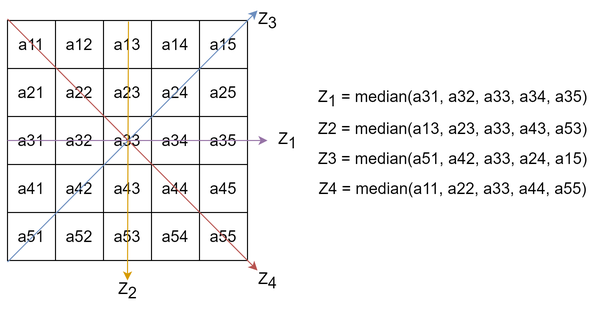
This is thesis/ch2/max-median.drawio.png from guxdong/imgrepo, a draw.io export, as it was before one commit. Source tidied: cells renumbered, new cells last; positions are measured from the earlier drawing's top-left corner, leaving out a move shared by most shapes.
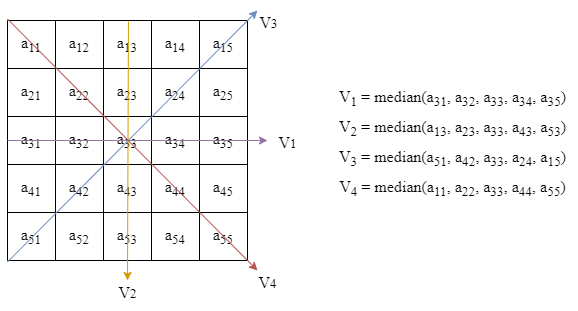
Above is the later version.

Diff of the diagram source:
```diff
@@ -2,142 +2,142 @@
   <root>
     <mxCell id="0" />
     <mxCell id="1" parent="0" />
-    <mxCell id="2" style="shape=table;startSize=0;fontSize=16;" parent="1" vertex="1">
+    <mxCell id="2" style="shape=table;startSize=0;fontSize=16;fontFamily=Times New Roman;" parent="1" vertex="1">
       <mxGeometry y="20" width="240" height="240" as="geometry" />
     </mxCell>
-    <mxCell id="3" style="shape=tableRow;horizontal=0;startSize=0;swimlaneHead=0;swimlaneBody=0;top=0;left=0;bottom=0;right=0;fillColor=none;points=[[0,0.5],[1,0.5]];portConstraint=eastwest;fontSize=16;" parent="2" vertex="1">
+    <mxCell id="3" style="shape=tableRow;horizontal=0;startSize=0;swimlaneHead=0;swimlaneBody=0;top=0;left=0;bottom=0;right=0;fillColor=none;points=[[0,0.5],[1,0.5]];portConstraint=eastwest;fontSize=16;fontFamily=Times New Roman;" parent="2" vertex="1">
       <mxGeometry width="240" height="48" as="geometry" />
     </mxCell>
-    <mxCell id="4" value="a11" style="shape=partialRectangle;html=1;whiteSpace=wrap;overflow=hidden;fillColor=none;top=0;left=0;bottom=0;right=0;fontSize=16;" parent="3" vertex="1">
+    <mxCell id="4" value="a&lt;sub&gt;11&lt;/sub&gt;" style="shape=partialRectangle;html=1;whiteSpace=wrap;overflow=hidden;fillColor=none;top=0;left=0;bottom=0;right=0;fontSize=16;fontFamily=Times New Roman;" parent="3" vertex="1">
       <mxGeometry width="48" height="48" as="geometry" />
     </mxCell>
-    <mxCell id="5" value="a12" style="shape=partialRectangle;html=1;whiteSpace=wrap;overflow=hidden;fillColor=none;top=0;left=0;bottom=0;right=0;fontSize=16;" parent="3" vertex="1">
+    <mxCell id="5" value="a&lt;sub&gt;12&lt;/sub&gt;" style="shape=partialRectangle;html=1;whiteSpace=wrap;overflow=hidden;fillColor=none;top=0;left=0;bottom=0;right=0;fontSize=16;fontFamily=Times New Roman;" parent="3" vertex="1">
       <mxGeometry x="48" width="48" height="48" as="geometry" />
     </mxCell>
-    <mxCell id="6" value="a13" style="shape=partialRectangle;html=1;whiteSpace=wrap;overflow=hidden;fillColor=none;top=0;left=0;bottom=0;right=0;fontSize=16;" parent="3" vertex="1">
+    <mxCell id="6" value="a&lt;sub&gt;13&lt;/sub&gt;" style="shape=partialRectangle;html=1;whiteSpace=wrap;overflow=hidden;fillColor=none;top=0;left=0;bottom=0;right=0;fontSize=16;fontFamily=Times New Roman;" parent="3" vertex="1">
       <mxGeometry x="96" width="48" height="48" as="geometry" />
     </mxCell>
-    <mxCell id="7" value="a14" style="shape=partialRectangle;html=1;whiteSpace=wrap;overflow=hidden;fillColor=none;top=0;left=0;bottom=0;right=0;fontSize=16;" parent="3" vertex="1">
+    <mxCell id="7" value="a&lt;sub&gt;14&lt;/sub&gt;" style="shape=partialRectangle;html=1;whiteSpace=wrap;overflow=hidden;fillColor=none;top=0;left=0;bottom=0;right=0;fontSize=16;fontFamily=Times New Roman;" parent="3" vertex="1">
       <mxGeometry x="144" width="48" height="48" as="geometry" />
     </mxCell>
-    <mxCell id="8" value="a15" style="shape=partialRectangle;html=1;whiteSpace=wrap;overflow=hidden;fillColor=none;top=0;left=0;bottom=0;right=0;fontSize=16;" parent="3" vertex="1">
+    <mxCell id="8" value="a&lt;sub&gt;15&lt;/sub&gt;" style="shape=partialRectangle;html=1;whiteSpace=wrap;overflow=hidden;fillColor=none;top=0;left=0;bottom=0;right=0;fontSize=16;fontFamily=Times New Roman;" parent="3" vertex="1">
       <mxGeometry x="192" width="48" height="48" as="geometry" />
     </mxCell>
-    <mxCell id="9" style="shape=tableRow;horizontal=0;startSize=0;swimlaneHead=0;swimlaneBody=0;top=0;left=0;bottom=0;right=0;fillColor=none;fontSize=16;" parent="2" vertex="1">
+    <mxCell id="9" style="shape=tableRow;horizontal=0;startSize=0;swimlaneHead=0;swimlaneBody=0;top=0;left=0;bottom=0;right=0;fillColor=none;fontSize=16;fontFamily=Times New Roman;" parent="2" vertex="1">
       <mxGeometry y="48" width="240" height="48" as="geometry" />
     </mxCell>
-    <mxCell id="10" value="a21" style="shape=partialRectangle;html=1;whiteSpace=wrap;overflow=hidden;fillColor=none;top=0;left=0;bottom=0;right=0;fontSize=16;" parent="9" vertex="1">
+    <mxCell id="10" value="a&lt;sub&gt;21&lt;/sub&gt;" style="shape=partialRectangle;html=1;whiteSpace=wrap;overflow=hidden;fillColor=none;top=0;left=0;bottom=0;right=0;fontSize=16;fontFamily=Times New Roman;" parent="9" vertex="1">
       <mxGeometry width="48" height="48" as="geometry" />
     </mxCell>
-    <mxCell id="11" value="a22" style="shape=partialRectangle;html=1;whiteSpace=wrap;overflow=hidden;fillColor=none;top=0;left=0;bottom=0;right=0;fontSize=16;" parent="9" vertex="1">
+    <mxCell id="11" value="a&lt;sub&gt;22&lt;/sub&gt;" style="shape=partialRectangle;html=1;whiteSpace=wrap;overflow=hidden;fillColor=none;top=0;left=0;bottom=0;right=0;fontSize=16;fontFamily=Times New Roman;" parent="9" vertex="1">
       <mxGeometry x="48" width="48" height="48" as="geometry" />
     </mxCell>
-    <mxCell id="12" value="a23" style="shape=partialRectangle;html=1;whiteSpace=wrap;overflow=hidden;fillColor=none;top=0;left=0;bottom=0;right=0;fontSize=16;" parent="9" vertex="1">
+    <mxCell id="12" value="a&lt;sub&gt;23&lt;/sub&gt;" style="shape=partialRectangle;html=1;whiteSpace=wrap;overflow=hidden;fillColor=none;top=0;left=0;bottom=0;right=0;fontSize=16;fontFamily=Times New Roman;" parent="9" vertex="1">
       <mxGeometry x="96" width="48" height="48" as="geometry" />
     </mxCell>
-    <mxCell id="13" value="a24" style="shape=partialRectangle;html=1;whiteSpace=wrap;overflow=hidden;fillColor=none;top=0;left=0;bottom=0;right=0;fontSize=16;" parent="9" vertex="1">
+    <mxCell id="13" value="a&lt;sub&gt;24&lt;/sub&gt;" style="shape=partialRectangle;html=1;whiteSpace=wrap;overflow=hidden;fillColor=none;top=0;left=0;bottom=0;right=0;fontSize=16;fontFamily=Times New Roman;" parent="9" vertex="1">
       <mxGeometry x="144" width="48" height="48" as="geometry" />
     </mxCell>
-    <mxCell id="14" value="a25" style="shape=partialRectangle;html=1;whiteSpace=wrap;overflow=hidden;fillColor=none;top=0;left=0;bottom=0;right=0;fontSize=16;" parent="9" vertex="1">
+    <mxCell id="14" value="a&lt;sub&gt;25&lt;/sub&gt;" style="shape=partialRectangle;html=1;whiteSpace=wrap;overflow=hidden;fillColor=none;top=0;left=0;bottom=0;right=0;fontSize=16;fontFamily=Times New Roman;" parent="9" vertex="1">
       <mxGeometry x="192" width="48" height="48" as="geometry" />
     </mxCell>
-    <mxCell id="15" style="shape=tableRow;horizontal=0;startSize=0;swimlaneHead=0;swimlaneBody=0;top=0;left=0;bottom=0;right=0;fillColor=none;points=[[0,0.5],[1,0.5]];portConstraint=eastwest;fontSize=16;" parent="2" vertex="1">
+    <mxCell id="15" style="shape=tableRow;horizontal=0;startSize=0;swimlaneHead=0;swimlaneBody=0;top=0;left=0;bottom=0;right=0;fillColor=none;points=[[0,0.5],[1,0.5]];portConstraint=eastwest;fontSize=16;fontFamily=Times New Roman;" parent="2" vertex="1">
       <mxGeometry y="96" width="240" height="48" as="geometry" />
     </mxCell>
-    <mxCell id="16" value="a31" style="shape=partialRectangle;html=1;whiteSpace=wrap;overflow=hidden;fillColor=none;top=0;left=0;bottom=0;right=0;fontSize=16;" parent="15" vertex="1">
+    <mxCell id="16" value="a&lt;sub&gt;31&lt;/sub&gt;" style="shape=partialRectangle;html=1;whiteSpace=wrap;overflow=hidden;fillColor=none;top=0;left=0;bottom=0;right=0;fontSize=16;fontFamily=Times New Roman;" parent="15" vertex="1">
       <mxGeometry width="48" height="48" as="geometry" />
     </mxCell>
-    <mxCell id="17" value="a32" style="shape=partialRectangle;html=1;whiteSpace=wrap;overflow=hidden;fillColor=none;top=0;left=0;bottom=0;right=0;fontSize=16;" parent="15" vertex="1">
+    <mxCell id="17" value="a&lt;sub&gt;32&lt;/sub&gt;" style="shape=partialRectangle;html=1;whiteSpace=wrap;overflow=hidden;fillColor=none;top=0;left=0;bottom=0;right=0;fontSize=16;fontFamily=Times New Roman;" parent="15" vertex="1">
       <mxGeometry x="48" width="48" height="48" as="geometry" />
     </mxCell>
-    <mxCell id="18" value="a33" style="shape=partialRectangle;html=1;whiteSpace=wrap;overflow=hidden;fillColor=none;top=0;left=0;bottom=0;right=0;fontSize=16;" parent="15" vertex="1">
+    <mxCell id="18" value="a&lt;sub&gt;33&lt;/sub&gt;" style="shape=partialRectangle;html=1;whiteSpace=wrap;overflow=hidden;fillColor=none;top=0;left=0;bottom=0;right=0;fontSize=16;fontFamily=Times New Roman;" parent="15" vertex="1">
       <mxGeometry x="96" width="48" height="48" as="geometry" />
     </mxCell>
-    <mxCell id="19" value="a34" style="shape=partialRectangle;html=1;whiteSpace=wrap;overflow=hidden;fillColor=none;top=0;left=0;bottom=0;right=0;fontSize=16;" parent="15" vertex="1">
+    <mxCell id="19" value="a&lt;sub&gt;34&lt;/sub&gt;" style="shape=partialRectangle;html=1;whiteSpace=wrap;overflow=hidden;fillColor=none;top=0;left=0;bottom=0;right=0;fontSize=16;fontFamily=Times New Roman;" parent="15" vertex="1">
       <mxGeometry x="144" width="48" height="48" as="geometry" />
     </mxCell>
-    <mxCell id="20" value="a35" style="shape=partialRectangle;html=1;whiteSpace=wrap;overflow=hidden;fillColor=none;top=0;left=0;bottom=0;right=0;fontSize=16;" parent="15" vertex="1">
+    <mxCell id="20" value="a&lt;sub&gt;35&lt;/sub&gt;" style="shape=partialRectangle;html=1;whiteSpace=wrap;overflow=hidden;fillColor=none;top=0;left=0;bottom=0;right=0;fontSize=16;fontFamily=Times New Roman;" parent="15" vertex="1">
       <mxGeometry x="192" width="48" height="48" as="geometry" />
     </mxCell>
-    <mxCell id="21" style="shape=tableRow;horizontal=0;startSize=0;swimlaneHead=0;swimlaneBody=0;top=0;left=0;bottom=0;right=0;fillColor=none;fontSize=16;" parent="2" vertex="1">
+    <mxCell id="21" style="shape=tableRow;horizontal=0;startSize=0;swimlaneHead=0;swimlaneBody=0;top=0;left=0;bottom=0;right=0;fillColor=none;fontSize=16;fontFamily=Times New Roman;" parent="2" vertex="1">
       <mxGeometry y="144" width="240" height="48" as="geometry" />
     </mxCell>
-    <mxCell id="22" value="a41" style="shape=partialRectangle;html=1;whiteSpace=wrap;overflow=hidden;fillColor=none;top=0;left=0;bottom=0;right=0;fontSize=16;" parent="21" vertex="1">
+    <mxCell id="22" value="a&lt;sub&gt;41&lt;/sub&gt;" style="shape=partialRectangle;html=1;whiteSpace=wrap;overflow=hidden;fillColor=none;top=0;left=0;bottom=0;right=0;fontSize=16;fontFamily=Times New Roman;" parent="21" vertex="1">
       <mxGeometry width="48" height="48" as="geometry" />
     </mxCell>
-    <mxCell id="23" value="a42" style="shape=partialRectangle;html=1;whiteSpace=wrap;overflow=hidden;fillColor=none;top=0;left=0;bottom=0;right=0;fontSize=16;" parent="21" vertex="1">
+    <mxCell id="23" value="a&lt;sub&gt;42&lt;/sub&gt;" style="shape=partialRectangle;html=1;whiteSpace=wrap;overflow=hidden;fillColor=none;top=0;left=0;bottom=0;right=0;fontSize=16;fontFamily=Times New Roman;" parent="21" vertex="1">
       <mxGeometry x="48" width="48" height="48" as="geometry" />
     </mxCell>
-    <mxCell id="24" value="a43" style="shape=partialRectangle;html=1;whiteSpace=wrap;overflow=hidden;fillColor=none;top=0;left=0;bottom=0;right=0;fontSize=16;" parent="21" vertex="1">
+    <mxCell id="24" value="a&lt;sub&gt;43&lt;/sub&gt;" style="shape=partialRectangle;html=1;whiteSpace=wrap;overflow=hidden;fillColor=none;top=0;left=0;bottom=0;right=0;fontSize=16;fontFamily=Times New Roman;" parent="21" vertex="1">
       <mxGeometry x="96" width="48" height="48" as="geometry" />
     </mxCell>
-    <mxCell id="25" value="a44" style="shape=partialRectangle;html=1;whiteSpace=wrap;overflow=hidden;fillColor=none;top=0;left=0;bottom=0;right=0;fontSize=16;" parent="21" vertex="1">
+    <mxCell id="25" value="a&lt;sub&gt;44&lt;/sub&gt;" style="shape=partialRectangle;html=1;whiteSpace=wrap;overflow=hidden;fillColor=none;top=0;left=0;bottom=0;right=0;fontSize=16;fontFamily=Times New Roman;" parent="21" vertex="1">
       <mxGeometry x="144" width="48" height="48" as="geometry" />
     </mxCell>
-    <mxCell id="26" value="a45" style="shape=partialRectangle;html=1;whiteSpace=wrap;overflow=hidden;fillColor=none;top=0;left=0;bottom=0;right=0;fontSize=16;" parent="21" vertex="1">
+    <mxCell id="26" value="a&lt;sub&gt;45&lt;/sub&gt;" style="shape=partialRectangle;html=1;whiteSpace=wrap;overflow=hidden;fillColor=none;top=0;left=0;bottom=0;right=0;fontSize=16;fontFamily=Times New Roman;" parent="21" vertex="1">
       <mxGeometry x="192" width="48" height="48" as="geometry" />
     </mxCell>
-    <mxCell id="27" style="shape=tableRow;horizontal=0;startSize=0;swimlaneHead=0;swimlaneBody=0;top=0;left=0;bottom=0;right=0;fillColor=none;points=[[0,0.5],[1,0.5]];portConstraint=eastwest;fontSize=16;" parent="2" vertex="1">
+    <mxCell id="27" style="shape=tableRow;horizontal=0;startSize=0;swimlaneHead=0;swimlaneBody=0;top=0;left=0;bottom=0;right=0;fillColor=none;points=[[0,0.5],[1,0.5]];portConstraint=eastwest;fontSize=16;fontFamily=Times New Roman;" parent="2" vertex="1">
       <mxGeometry y="192" width="240" height="48" as="geometry" />
     </mxCell>
-    <mxCell id="28" value="a51" style="shape=partialRectangle;html=1;whiteSpace=wrap;overflow=hidden;fillColor=none;top=0;left=0;bottom=0;right=0;fontSize=16;" parent="27" vertex="1">
+    <mxCell id="28" value="a&lt;sub&gt;51&lt;/sub&gt;" style="shape=partialRectangle;html=1;whiteSpace=wrap;overflow=hidden;fillColor=none;top=0;left=0;bottom=0;right=0;fontSize=16;fontFamily=Times New Roman;" parent="27" vertex="1">
       <mxGeometry width="48" height="48" as="geometry" />
     </mxCell>
-    <mxCell id="29" value="a52" style="shape=partialRectangle;html=1;whiteSpace=wrap;overflow=hidden;fillColor=none;top=0;left=0;bottom=0;right=0;fontSize=16;" parent="27" vertex="1">
+    <mxCell id="29" value="a&lt;sub&gt;52&lt;/sub&gt;" style="shape=partialRectangle;html=1;whiteSpace=wrap;overflow=hidden;fillColor=none;top=0;left=0;bottom=0;right=0;fontSize=16;fontFamily=Times New Roman;" parent="27" vertex="1">
       <mxGeometry x="48" width="48" height="48" as="geometry" />
     </mxCell>
-    <mxCell id="30" value="a53" style="shape=partialRectangle;html=1;whiteSpace=wrap;overflow=hidden;fillColor=none;top=0;left=0;bottom=0;right=0;fontSize=16;" parent="27" vertex="1">
+    <mxCell id="30" value="a&lt;sub&gt;53&lt;/sub&gt;" style="shape=partialRectangle;html=1;whiteSpace=wrap;overflow=hidden;fillColor=none;top=0;left=0;bottom=0;right=0;fontSize=16;fontFamily=Times New Roman;" parent="27" vertex="1">
       <mxGeometry x="96" width="48" height="48" as="geometry" />
     </mxCell>
-    <mxCell id="31" value="a54" style="shape=partialRectangle;html=1;whiteSpace=wrap;overflow=hidden;fillColor=none;top=0;left=0;bottom=0;right=0;fontSize=16;" parent="27" vertex="1">
+    <mxCell id="31" value="a&lt;sub&gt;54&lt;/sub&gt;" style="shape=partialRectangle;html=1;whiteSpace=wrap;overflow=hidden;fillColor=none;top=0;left=0;bottom=0;right=0;fontSize=16;fontFamily=Times New Roman;" parent="27" vertex="1">
       <mxGeometry x="144" width="48" height="48" as="geometry" />
     </mxCell>
-    <mxCell id="32" value="a55" style="shape=partialRectangle;html=1;whiteSpace=wrap;overflow=hidden;fillColor=none;top=0;left=0;bottom=0;right=0;fontSize=16;" parent="27" vertex="1">
+    <mxCell id="32" value="a&lt;sub&gt;55&lt;/sub&gt;" style="shape=partialRectangle;html=1;whiteSpace=wrap;overflow=hidden;fillColor=none;top=0;left=0;bottom=0;right=0;fontSize=16;fontFamily=Times New Roman;" parent="27" vertex="1">
       <mxGeometry x="192" width="48" height="48" as="geometry" />
     </mxCell>
-    <mxCell id="33" style="endArrow=classic;html=1;rounded=0;fontSize=16;exitX=0;exitY=-0.031;exitDx=0;exitDy=0;exitPerimeter=0;fillColor=#f8cecc;strokeColor=#b85450;strokeWidth=1;" parent="1" edge="1" source="3">
+    <mxCell id="33" style="endArrow=classic;html=1;rounded=0;fontSize=16;exitX=0;exitY=-0.031;exitDx=0;exitDy=0;exitPerimeter=0;fillColor=#f8cecc;strokeColor=#b85450;strokeWidth=1;fontFamily=Times New Roman;" parent="1" edge="1" source="3">
       <mxGeometry relative="1" as="geometry">
         <mxPoint x="250" y="270" as="targetPoint" />
       </mxGeometry>
     </mxCell>
-    <mxCell id="34" style="endArrow=classic;html=1;rounded=0;fontSize=16;exitX=0;exitY=1.031;exitDx=0;exitDy=0;exitPerimeter=0;fillColor=#dae8fc;strokeColor=#6c8ebf;strokeWidth=1;" parent="1" edge="1" source="27">
+    <mxCell id="34" style="endArrow=classic;html=1;rounded=0;fontSize=16;exitX=0;exitY=1.031;exitDx=0;exitDy=0;exitPerimeter=0;fillColor=#dae8fc;strokeColor=#6c8ebf;strokeWidth=1;fontFamily=Times New Roman;" parent="1" edge="1" source="27">
       <mxGeometry relative="1" as="geometry">
         <mxPoint x="250" y="10" as="targetPoint" />
       </mxGeometry>
     </mxCell>
-    <mxCell id="35" style="endArrow=classic;html=1;rounded=0;fontSize=16;exitX=0.504;exitY=0.021;exitDx=0;exitDy=0;exitPerimeter=0;fillColor=#ffe6cc;strokeColor=#d79b00;strokeWidth=1;" parent="1" edge="1" source="3">
+    <mxCell id="35" style="endArrow=classic;html=1;rounded=0;fontSize=16;exitX=0.504;exitY=0.021;exitDx=0;exitDy=0;exitPerimeter=0;fillColor=#ffe6cc;strokeColor=#d79b00;strokeWidth=1;fontFamily=Times New Roman;" parent="1" edge="1" source="3">
       <mxGeometry relative="1" as="geometry">
         <mxPoint x="120" y="280" as="targetPoint" />
       </mxGeometry>
     </mxCell>
-    <mxCell id="36" style="endArrow=classic;html=1;rounded=0;fontSize=16;exitX=0;exitY=0.5;exitDx=0;exitDy=0;fillColor=#e1d5e7;strokeColor=#9673a6;strokeWidth=1;" parent="1" edge="1" source="15">
+    <mxCell id="36" style="endArrow=classic;html=1;rounded=0;fontSize=16;exitX=0;exitY=0.5;exitDx=0;exitDy=0;fillColor=#e1d5e7;strokeColor=#9673a6;strokeWidth=1;fontFamily=Times New Roman;" parent="1" edge="1" source="15">
       <mxGeometry relative="1" as="geometry">
         <mxPoint x="260" y="140" as="targetPoint" />
       </mxGeometry>
     </mxCell>
-    <mxCell id="37" value="Z&lt;sub style=&quot;font-size: 16px;&quot;&gt;3&lt;/sub&gt;" style="text;html=1;align=center;verticalAlign=middle;strokeColor=none;fillColor=none;fontSize=16;" parent="1" vertex="1">
-      <mxGeometry x="240" width="40" height="40" as="geometry" />
+    <mxCell id="37" value="&lt;sub style=&quot;font-size: 16px;&quot;&gt;V&lt;/sub&gt;&lt;span style=&quot;font-size: 16px;&quot;&gt;&lt;sub&gt;3&lt;/sub&gt;&lt;/span&gt;" style="text;html=1;align=center;verticalAlign=middle;strokeColor=none;fillColor=none;fontSize=16;fontFamily=Times New Roman;" parent="1" vertex="1">
+      <mxGeometry x="241" width="40" height="40" as="geometry" />
     </mxCell>
-    <mxCell id="38" value="Z&lt;sub style=&quot;font-size: 16px;&quot;&gt;1&lt;/sub&gt;" style="text;html=1;align=center;verticalAlign=middle;strokeColor=none;fillColor=none;fontSize=16;" parent="1" vertex="1">
+    <mxCell id="38" value="&lt;sub style=&quot;font-size: 16px;&quot;&gt;V&lt;/sub&gt;&lt;span style=&quot;font-size: 16px;&quot;&gt;&lt;sub&gt;1&lt;/sub&gt;&lt;/span&gt;" style="text;html=1;align=center;verticalAlign=middle;strokeColor=none;fillColor=none;fontSize=16;fontFamily=Times New Roman;" parent="1" vertex="1">
       <mxGeometry x="260" y="120" width="40" height="40" as="geometry" />
     </mxCell>
-    <mxCell id="39" value="Z&lt;sub style=&quot;font-size: 16px;&quot;&gt;4&lt;/sub&gt;" style="text;html=1;align=center;verticalAlign=middle;strokeColor=none;fillColor=none;fontSize=16;" parent="1" vertex="1">
+    <mxCell id="39" value="&lt;sub style=&quot;font-size: 16px;&quot;&gt;V&lt;/sub&gt;&lt;span style=&quot;font-size: 16px;&quot;&gt;&lt;sub&gt;4&lt;/sub&gt;&lt;/span&gt;" style="text;html=1;align=center;verticalAlign=middle;strokeColor=none;fillColor=none;fontSize=16;fontFamily=Times New Roman;" parent="1" vertex="1">
       <mxGeometry x="240" y="260" width="40" height="40" as="geometry" />
     </mxCell>
-    <mxCell id="40" value="Z&lt;sub style=&quot;font-size: 16px;&quot;&gt;2&lt;/sub&gt;" style="text;html=1;align=center;verticalAlign=middle;strokeColor=none;fillColor=none;fontSize=16;" parent="1" vertex="1">
+    <mxCell id="40" value="&lt;sub style=&quot;font-size: 16px;&quot;&gt;V&lt;/sub&gt;&lt;span style=&quot;font-size: 16px;&quot;&gt;&lt;sub&gt;2&lt;/sub&gt;&lt;/span&gt;" style="text;html=1;align=center;verticalAlign=middle;strokeColor=none;fillColor=none;fontSize=16;fontFamily=Times New Roman;" parent="1" vertex="1">
       <mxGeometry x="100" y="270" width="40" height="40" as="geometry" />
     </mxCell>
-    <mxCell id="41" value="Z&lt;sub style=&quot;font-size: 16px;&quot;&gt;1&amp;nbsp;&lt;/sub&gt;= median(a31, a32, a33, a34, a35)" style="text;html=1;align=center;verticalAlign=middle;strokeColor=none;fillColor=none;fontSize=16;" parent="1" vertex="1">
-      <mxGeometry x="300" y="77.5" width="290" height="40" as="geometry" />
+    <mxCell id="41" value="V&lt;sub&gt;1&lt;/sub&gt; = median(a&lt;sub&gt;31&lt;/sub&gt;, a&lt;sub&gt;32&lt;/sub&gt;, a&lt;sub&gt;33&lt;/sub&gt;, a&lt;sub&gt;34&lt;/sub&gt;, a&lt;sub&gt;35&lt;/sub&gt;)" style="text;html=1;align=center;verticalAlign=middle;strokeColor=none;fillColor=none;fontSize=16;fontFamily=Times New Roman;" parent="1" vertex="1">
+      <mxGeometry x="320" y="77.5" width="250" height="40" as="geometry" />
     </mxCell>
-    <mxCell id="42" value="Z&lt;span style=&quot;font-size: 16px;&quot;&gt;2&amp;nbsp;&lt;/span&gt;= median(a13, a23, a33, a43, a53)" style="text;html=1;align=center;verticalAlign=middle;strokeColor=none;fillColor=none;fontSize=16;" parent="1" vertex="1">
-      <mxGeometry x="300" y="112.5" width="290" height="30" as="geometry" />
+    <mxCell id="42" value="&lt;font style=&quot;font-size: 16px;&quot;&gt;V&lt;sub style=&quot;&quot;&gt;2&lt;/sub&gt; = median(a&lt;sub&gt;13&lt;/sub&gt;, a&lt;sub&gt;23&lt;/sub&gt;, a&lt;sub&gt;33&lt;/sub&gt;, a&lt;sub&gt;43&lt;/sub&gt;, a&lt;sub&gt;53&lt;/sub&gt;)&lt;/font&gt;" style="text;html=1;align=center;verticalAlign=middle;strokeColor=none;fillColor=none;fontSize=16;fontFamily=Times New Roman;" parent="1" vertex="1">
+      <mxGeometry x="320" y="107.5" width="250" height="40" as="geometry" />
     </mxCell>
-    <mxCell id="43" value="Z&lt;span style=&quot;font-size: 16px;&quot;&gt;3&amp;nbsp;&lt;/span&gt;= median(a51, a42, a33, a24, a15)" style="text;html=1;align=center;verticalAlign=middle;strokeColor=none;fillColor=none;fontSize=16;" parent="1" vertex="1">
-      <mxGeometry x="300" y="142.5" width="290" height="30" as="geometry" />
+    <mxCell id="43" value="&lt;span style=&quot;font-size: 16px;&quot;&gt;V&lt;sub&gt;3&lt;/sub&gt;&amp;nbsp;&lt;/span&gt;= median(a&lt;sub&gt;51&lt;/sub&gt;, a&lt;sub&gt;42&lt;/sub&gt;, a&lt;sub&gt;33&lt;/sub&gt;, a&lt;sub&gt;24&lt;/sub&gt;, a&lt;sub&gt;15&lt;/sub&gt;)" style="text;html=1;align=center;verticalAlign=middle;strokeColor=none;fillColor=none;fontSize=16;fontFamily=Times New Roman;" parent="1" vertex="1">
+      <mxGeometry x="320" y="137.5" width="250" height="40" as="geometry" />
     </mxCell>
-    <mxCell id="44" value="Z&lt;span style=&quot;font-size: 16px;&quot;&gt;4&amp;nbsp;&lt;/span&gt;= median(a11, a22, a33, a44, a55)" style="text;html=1;align=center;verticalAlign=middle;strokeColor=none;fillColor=none;fontSize=16;" parent="1" vertex="1">
-      <mxGeometry x="300" y="172.5" width="290" height="30" as="geometry" />
+    <mxCell id="44" value="&lt;span style=&quot;font-size: 16px;&quot;&gt;V&lt;sub&gt;4&lt;/sub&gt;&amp;nbsp;&lt;/span&gt;= median(a&lt;sub&gt;11&lt;/sub&gt;, a&lt;sub&gt;22&lt;/sub&gt;, a&lt;sub&gt;33&lt;/sub&gt;, a&lt;sub&gt;44&lt;/sub&gt;, a&lt;sub&gt;55&lt;/sub&gt;)" style="text;html=1;align=center;verticalAlign=middle;strokeColor=none;fillColor=none;fontSize=16;fontFamily=Times New Roman;" parent="1" vertex="1">
+      <mxGeometry x="320" y="167.5" width="250" height="40" as="geometry" />
     </mxCell>
   </root>
 </mxGraphModel>
```
